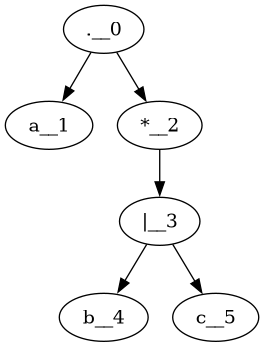
This is arbre_syntaxique.png from Daniel-Sima/Clone-of-the-egrep-UNIX-command, a Graphviz export, as it was before one commit. Its source is kept beside it as arbre_syntaxique.dot.
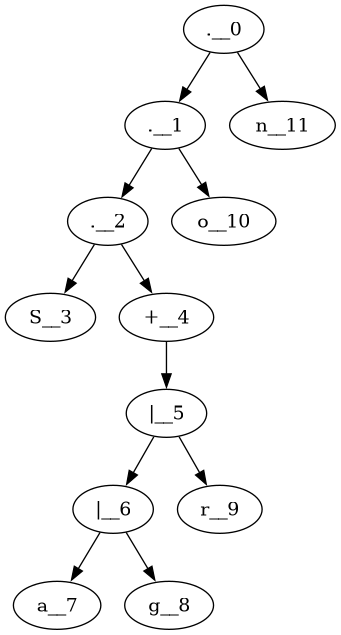
Later version of the same file.

The edit, as a diff of the source:
```diff
@@ -1,7 +1,13 @@
 digraph {
-	".__0"->"a__1"
-	".__0"->"*__2"
-	"*__2"->"|__3"
-	"|__3"->"b__4"
-	"|__3"->"c__5"
+	".__0"->".__1"
+	".__1"->".__2"
+	".__2"->"S__3"
+	".__2"->"+__4"
+	"+__4"->"|__5"
+	"|__5"->"|__6"
+	"|__6"->"a__7"
+	"|__6"->"g__8"
+	"|__5"->"r__9"
+	".__1"->"o__10"
+	".__0"->"n__11"
 }
```
